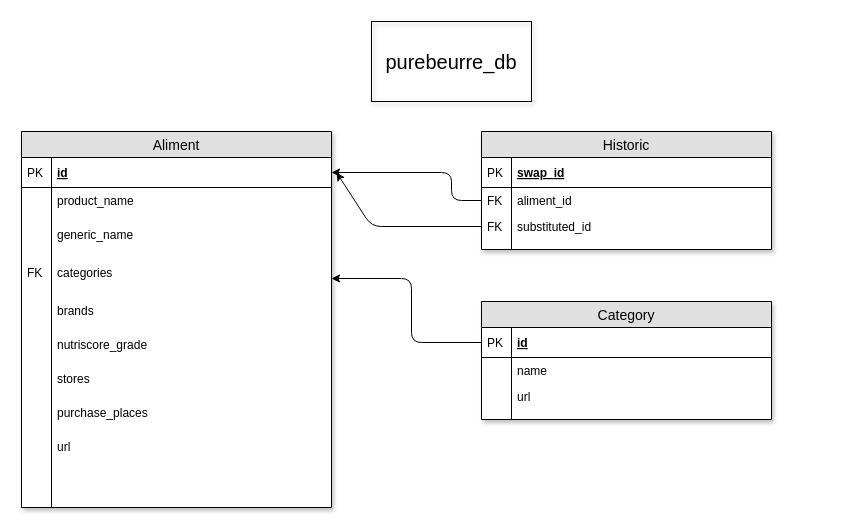
Above: P5_OpenFoodFacts.drawio in StephenAOGOLO/P5_OpenFoodFacts (draw.io), before the change. Source tidied: cells renumbered, new cells numbered last; positions are measured from the earlier drawing's top-left corner, leaving out a move shared by most shapes. Both pictures are drawn from the tidied source at 100%, with x=0, y=0 at pixel (21, 21).
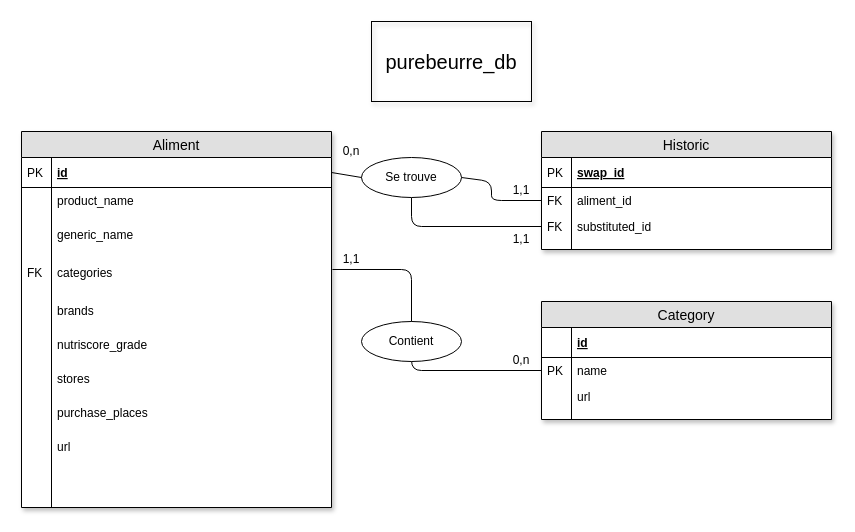
Above is the later version.

The change refers to these unchanged cells:
```xml
<mxCell id="4" value="id" style="shape=partialRectangle;top=0;left=0;right=0;bottom=1;align=left;verticalAlign=middle;fillColor=none;spacingLeft=34;spacingRight=4;overflow=hidden;points=[[0,0.5],[1,0.5]];portConstraint=eastwest;fontStyle=5;fontSize=12;" parent="3" vertex="1">
  <mxGeometry y="26" width="310" height="30" as="geometry" />
</mxCell>
<mxCell id="10" value="categories" style="shape=partialRectangle;top=0;left=0;right=0;bottom=0;align=left;verticalAlign=top;fillColor=none;spacingLeft=34;spacingRight=4;overflow=hidden;points=[[0,0.5],[1,0.5]];portConstraint=eastwest;fontSize=12;" parent="3" vertex="1">
  <mxGeometry y="128" width="310" height="38" as="geometry" />
</mxCell>
<mxCell id="25" value="id" style="shape=partialRectangle;top=0;left=0;right=0;bottom=1;align=left;verticalAlign=middle;fillColor=none;spacingLeft=34;spacingRight=4;overflow=hidden;points=[[0,0.5],[1,0.5]];portConstraint=eastwest;fontStyle=5;fontSize=12;" parent="24" vertex="1">
  <mxGeometry y="26" width="290" height="30" as="geometry" />
</mxCell>
<mxCell id="27" value="name" style="shape=partialRectangle;top=0;left=0;right=0;bottom=0;align=left;verticalAlign=top;fillColor=none;spacingLeft=34;spacingRight=4;overflow=hidden;points=[[0,0.5],[1,0.5]];portConstraint=eastwest;fontSize=12;" parent="24" vertex="1">
  <mxGeometry y="56" width="290" height="26" as="geometry" />
</mxCell>
<mxCell id="36" value="aliment_id" style="shape=partialRectangle;top=0;left=0;right=0;bottom=0;align=left;verticalAlign=top;fillColor=none;spacingLeft=34;spacingRight=4;overflow=hidden;points=[[0,0.5],[1,0.5]];portConstraint=eastwest;fontSize=12;" parent="33" vertex="1">
  <mxGeometry y="56" width="290" height="26" as="geometry" />
</mxCell>
<mxCell id="38" value="substituted_id" style="shape=partialRectangle;top=0;left=0;right=0;bottom=0;align=left;verticalAlign=top;fillColor=none;spacingLeft=34;spacingRight=4;overflow=hidden;points=[[0,0.5],[1,0.5]];portConstraint=eastwest;fontSize=12;" parent="33" vertex="1">
  <mxGeometry y="82" width="290" height="26" as="geometry" />
</mxCell>
```

The edit, as a diff of the source:
```diff
@@
     <mxCell id="24" value="Category" style="swimlane;fontStyle=0;horizontal=1;startSize=26;fillColor=#e0e0e0;swimlaneFillColor=#ffffff;align=center;fontSize=14;shadow=1;strokeColor=#000000;" parent="1" vertex="1">
-      <mxGeometry x="460" y="280" width="290" height="118" as="geometry" />
+      <mxGeometry x="520" y="280" width="290" height="118" as="geometry" />
     </mxCell>
@@
-    <mxCell id="26" value="PK" style="shape=partialRectangle;top=0;left=0;bottom=0;fillColor=none;align=left;verticalAlign=middle;spacingLeft=4;spacingRight=4;overflow=hidden;fontSize=12;" parent="25" vertex="1">
+    <mxCell id="26" style="shape=partialRectangle;top=0;left=0;bottom=0;fillColor=none;align=left;verticalAlign=middle;spacingLeft=4;spacingRight=4;overflow=hidden;fontSize=12;" parent="25" vertex="1">
       <mxGeometry width="30" height="30" as="geometry" />
     </mxCell>
@@
-    <mxCell id="28" style="shape=partialRectangle;top=0;left=0;bottom=0;fillColor=none;align=left;verticalAlign=top;spacingLeft=4;spacingRight=4;overflow=hidden;fontSize=12;" parent="27" vertex="1">
+    <mxCell id="28" value="PK" style="shape=partialRectangle;top=0;left=0;bottom=0;fillColor=none;align=left;verticalAlign=top;spacingLeft=4;spacingRight=4;overflow=hidden;fontSize=12;" parent="27" vertex="1">
       <mxGeometry width="30" height="26" as="geometry" />
     </mxCell>
@@
     <mxCell id="33" value="Historic" style="swimlane;fontStyle=0;horizontal=1;startSize=26;fillColor=#e0e0e0;swimlaneFillColor=#ffffff;align=center;fontSize=14;shadow=1;strokeColor=#000000;" parent="1" vertex="1">
-      <mxGeometry x="460" y="110" width="290" height="118" as="geometry" />
+      <mxGeometry x="520" y="110" width="290" height="118" as="geometry" />
     </mxCell>
@@
-    <mxCell id="42" style="endArrow=classic;html=1;exitX=0;exitY=0.5;exitDx=0;exitDy=0;entryX=1;entryY=0.5;entryDx=0;entryDy=0;" parent="1" edge="1" source="36" target="4">
-      <mxGeometry relative="1" as="geometry">
-        <Array as="points">
-          <mxPoint x="430" y="179" />
-          <mxPoint x="430" y="151" />
-        </Array>
-      </mxGeometry>
-    </mxCell>
-    <mxCell id="43" style="endArrow=classic;html=1;exitX=0;exitY=0.5;exitDx=0;exitDy=0;" parent="1" edge="1" source="38">
-      <mxGeometry relative="1" as="geometry">
-        <mxPoint x="315" y="151" as="targetPoint" />
-        <Array as="points">
-          <mxPoint x="350" y="205" />
-        </Array>
-      </mxGeometry>
-    </mxCell>
-    <mxCell id="44" style="endArrow=classic;html=1;exitX=0;exitY=0.5;exitDx=0;exitDy=0;entryX=1;entryY=0.5;entryDx=0;entryDy=0;" parent="1" edge="1" source="25" target="10">
-      <mxGeometry relative="1" as="geometry">
-        <Array as="points">
-          <mxPoint x="390" y="321" />
-          <mxPoint x="390" y="257" />
-        </Array>
-      </mxGeometry>
-    </mxCell>
+    <mxCell id="45" style="endArrow=none;html=1;entryX=0;entryY=0.5;entryDx=0;entryDy=0;exitX=0.5;exitY=1;exitDx=0;exitDy=0;" parent="1" edge="1" source="53" target="38">
+      <mxGeometry relative="1" as="geometry">
+        <Array as="points">
+          <mxPoint x="390" y="205" />
+        </Array>
+      </mxGeometry>
+    </mxCell>
+    <mxCell id="46" style="endArrow=none;html=1;exitX=1.003;exitY=0.263;exitDx=0;exitDy=0;exitPerimeter=0;entryX=0;entryY=0.5;entryDx=0;entryDy=0;" parent="1" edge="1" source="10" target="27">
+      <mxGeometry relative="1" as="geometry">
+        <Array as="points">
+          <mxPoint x="390" y="248" />
+          <mxPoint x="390" y="349" />
+        </Array>
+      </mxGeometry>
+    </mxCell>
+    <mxCell id="47" value="0,n" style="text;html=1;strokeColor=none;fillColor=none;align=center;verticalAlign=middle;whiteSpace=wrap;rounded=0;" parent="1" vertex="1">
+      <mxGeometry x="480" y="329" width="40" height="20" as="geometry" />
+    </mxCell>
+    <mxCell id="48" value="1,1" style="text;html=1;strokeColor=none;fillColor=none;align=center;verticalAlign=middle;whiteSpace=wrap;rounded=0;" parent="1" vertex="1">
+      <mxGeometry x="310" y="228" width="40" height="20" as="geometry" />
+    </mxCell>
+    <mxCell id="49" value="1,1" style="text;html=1;strokeColor=none;fillColor=none;align=center;verticalAlign=middle;whiteSpace=wrap;rounded=0;" parent="1" vertex="1">
+      <mxGeometry x="480" y="208" width="40" height="20" as="geometry" />
+    </mxCell>
+    <mxCell id="50" value="1,1" style="text;html=1;strokeColor=none;fillColor=none;align=center;verticalAlign=middle;whiteSpace=wrap;rounded=0;" parent="1" vertex="1">
+      <mxGeometry x="480" y="159" width="40" height="20" as="geometry" />
+    </mxCell>
+    <mxCell id="51" value="0,n" style="text;html=1;strokeColor=none;fillColor=none;align=center;verticalAlign=middle;whiteSpace=wrap;rounded=0;" parent="1" vertex="1">
+      <mxGeometry x="310" y="120" width="40" height="20" as="geometry" />
+    </mxCell>
+    <mxCell id="52" value="Contient" style="ellipse;whiteSpace=wrap;html=1;align=center;" parent="1" vertex="1">
+      <mxGeometry x="340" y="300" width="100" height="40" as="geometry" />
+    </mxCell>
+    <mxCell id="53" value="Se trouve" style="ellipse;whiteSpace=wrap;html=1;align=center;" parent="1" vertex="1">
+      <mxGeometry x="340" y="136" width="100" height="40" as="geometry" />
+    </mxCell>
+    <mxCell id="54" style="endArrow=none;html=1;exitX=1;exitY=0.5;exitDx=0;exitDy=0;entryX=0;entryY=0.5;entryDx=0;entryDy=0;" parent="1" edge="1" source="53" target="36">
+      <mxGeometry relative="1" as="geometry">
+        <Array as="points">
+          <mxPoint x="470" y="160" />
+          <mxPoint x="470" y="179" />
+        </Array>
+      </mxGeometry>
+    </mxCell>
+    <mxCell id="55" style="endArrow=none;html=1;exitX=1;exitY=0.5;exitDx=0;exitDy=0;entryX=0;entryY=0.5;entryDx=0;entryDy=0;" parent="1" edge="1" source="4" target="53">
+      <mxGeometry relative="1" as="geometry" />
+    </mxCell>
```
